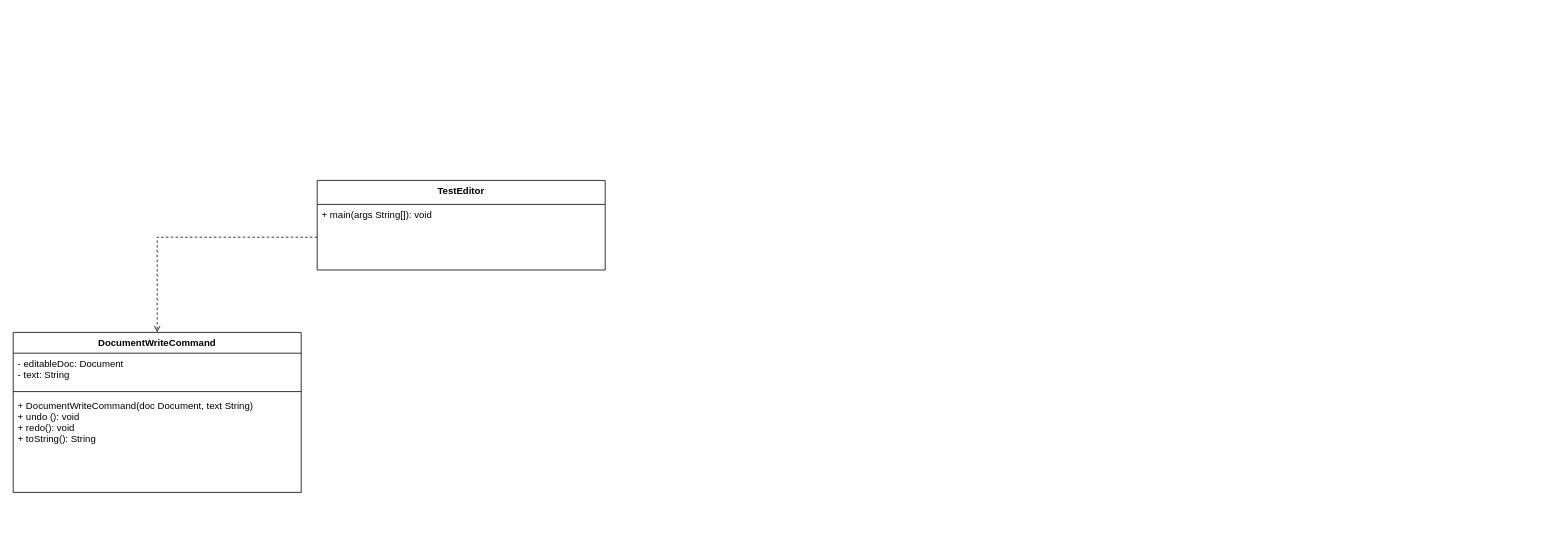
The draw.io diagram Final_UML.drawio in Dragonwk/Team-3-UML-Project, before the edit. Source tidied: cells renumbered, new cells numbered last; positions are measured from the earlier drawing's top-left corner, leaving out a move shared by most shapes. Both pictures are drawn from the tidied source at 80%, with x=0, y=0 at pixel (13, 180).
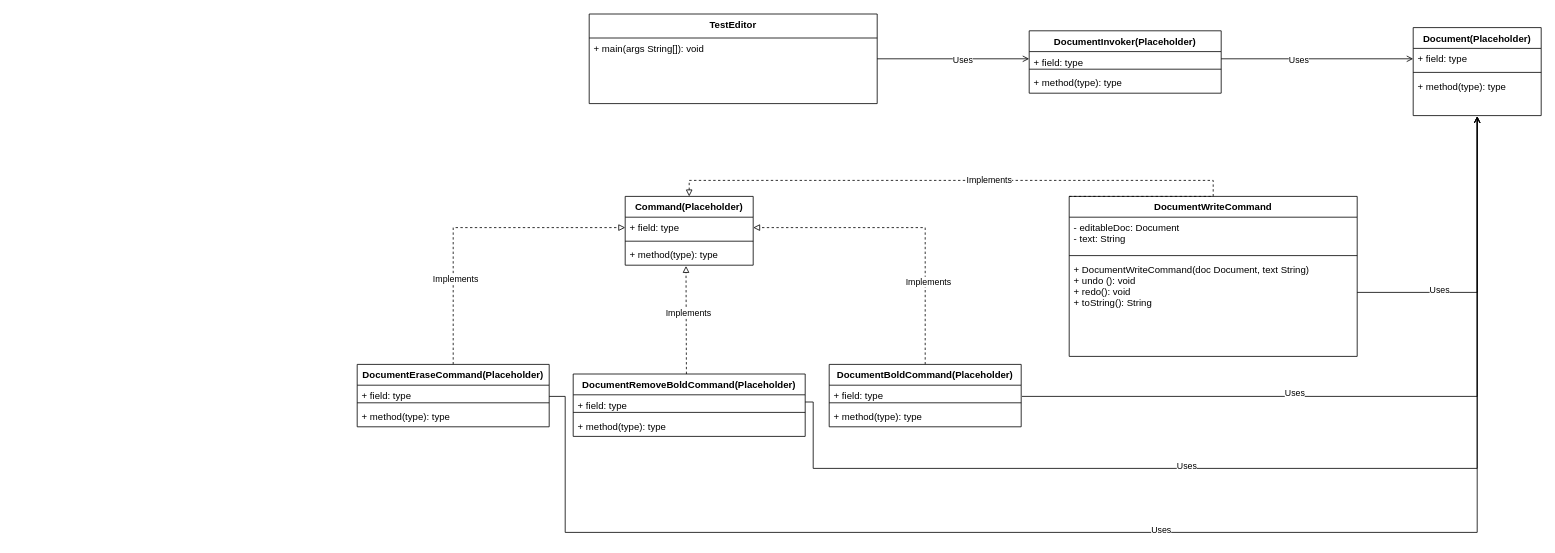
Above is the later version.

Commit message:
Updated Final_UML to include placeholder items

Unchanged cells that the change refers to:
```xml
<mxCell id="5" value="+ DocumentWriteCommand(doc Document, text String)&#10;+ undo (): void&#10;+ redo(): void&#10;+ toString(): String" style="text;strokeColor=none;fillColor=none;align=left;verticalAlign=top;spacingLeft=4;spacingRight=4;overflow=hidden;points=[[0,0.5],[1,0.5]];portConstraint=eastwest;" parent="2" vertex="1">
  <mxGeometry y="78" width="360" height="122" as="geometry" />
</mxCell>
<mxCell id="7" value="+ main(args String[]): void" style="text;strokeColor=none;fillColor=none;align=left;verticalAlign=top;spacingLeft=4;spacingRight=4;overflow=hidden;points=[[0,0.5],[1,0.5]];portConstraint=eastwest;" parent="6" vertex="1">
  <mxGeometry y="30" width="360" height="82" as="geometry" />
</mxCell>
```

Diff of the diagram source:
```diff
@@
     <mxCell id="2" value="DocumentWriteCommand" style="swimlane;fontStyle=1;align=center;verticalAlign=top;horizontal=1;startSize=26;" parent="1" vertex="1">
-      <mxGeometry y="190" width="360" height="200" as="geometry" />
+      <mxGeometry x="1320" y="20" width="360" height="200" as="geometry" />
     </mxCell>
@@
+    <mxCell id="9" style="edgeStyle=orthogonalEdgeStyle;rounded=0;jettySize=auto;html=1;entryX=0;entryY=0.5;entryDx=0;entryDy=0;endArrow=open;endFill=0;" parent="1" edge="1" source="6" target="38">
+      <mxGeometry relative="1" as="geometry" />
+    </mxCell>
+    <mxCell id="10" value="Uses" style="edgeLabel;html=1;align=center;verticalAlign=middle;" parent="9" vertex="1">
+      <mxGeometry x="0.12" y="-1" relative="1" as="geometry" />
+    </mxCell>
     <mxCell id="6" value="TestEditor" style="swimlane;fontStyle=1;align=center;verticalAlign=top;horizontal=1;startSize=30;" parent="1" vertex="1">
-      <mxGeometry x="380" width="360" height="112" as="geometry" />
+      <mxGeometry x="720" y="-208" width="360" height="112" as="geometry" />
     </mxCell>
@@
-    <mxCell id="8" style="edgeStyle=orthogonalEdgeStyle;rounded=0;jettySize=auto;html=1;entryX=0.5;entryY=0;entryDx=0;entryDy=0;dashed=1;endArrow=open;endFill=0;" parent="1" edge="1" source="7" target="2">
-      <mxGeometry relative="1" as="geometry" />
-    </mxCell>
+    <mxCell id="11" value="Command(Placeholder)" style="swimlane;fontStyle=1;align=center;verticalAlign=top;horizontal=1;startSize=26;" parent="1" vertex="1">
+      <mxGeometry x="765" y="20" width="160" height="86" as="geometry" />
+    </mxCell>
+    <mxCell id="12" value="+ field: type" style="text;strokeColor=none;fillColor=none;align=left;verticalAlign=top;spacingLeft=4;spacingRight=4;overflow=hidden;points=[[0,0.5],[1,0.5]];portConstraint=eastwest;" parent="11" vertex="1">
+      <mxGeometry y="26" width="160" height="26" as="geometry" />
+    </mxCell>
+    <mxCell id="13" style="line;strokeWidth=1;fillColor=none;align=left;verticalAlign=middle;spacingTop=-1;spacingLeft=3;spacingRight=3;labelPosition=right;" parent="11" vertex="1">
+      <mxGeometry y="52" width="160" height="8" as="geometry" />
+    </mxCell>
+    <mxCell id="14" value="+ method(type): type" style="text;strokeColor=none;fillColor=none;align=left;verticalAlign=top;spacingLeft=4;spacingRight=4;overflow=hidden;points=[[0,0.5],[1,0.5]];portConstraint=eastwest;" parent="11" vertex="1">
+      <mxGeometry y="60" width="160" height="26" as="geometry" />
+    </mxCell>
+    <mxCell id="15" value="Document(Placeholder)" style="swimlane;fontStyle=1;align=center;verticalAlign=top;horizontal=1;startSize=26;" parent="1" vertex="1">
+      <mxGeometry x="1750" y="-191" width="160" height="110" as="geometry" />
+    </mxCell>
+    <mxCell id="16" value="+ field: type" style="text;strokeColor=none;fillColor=none;align=left;verticalAlign=top;spacingLeft=4;spacingRight=4;overflow=hidden;points=[[0,0.5],[1,0.5]];portConstraint=eastwest;" parent="15" vertex="1">
+      <mxGeometry y="26" width="160" height="26" as="geometry" />
+    </mxCell>
+    <mxCell id="17" style="line;strokeWidth=1;fillColor=none;align=left;verticalAlign=middle;spacingTop=-1;spacingLeft=3;spacingRight=3;labelPosition=right;" parent="15" vertex="1">
+      <mxGeometry y="52" width="160" height="8" as="geometry" />
+    </mxCell>
+    <mxCell id="18" value="+ method(type): type" style="text;strokeColor=none;fillColor=none;align=left;verticalAlign=top;spacingLeft=4;spacingRight=4;overflow=hidden;points=[[0,0.5],[1,0.5]];portConstraint=eastwest;" parent="15" vertex="1">
+      <mxGeometry y="60" width="160" height="50" as="geometry" />
+    </mxCell>
+    <mxCell id="19" style="edgeStyle=orthogonalEdgeStyle;rounded=0;jettySize=auto;html=1;entryX=1;entryY=0.5;entryDx=0;entryDy=0;dashed=1;endArrow=block;endFill=0;" parent="1" edge="1" source="21" target="12">
+      <mxGeometry relative="1" as="geometry" />
+    </mxCell>
+    <mxCell id="20" value="Implements" style="edgeLabel;html=1;align=center;verticalAlign=middle;" parent="19" vertex="1">
+      <mxGeometry x="-0.46" y="-3" relative="1" as="geometry" />
+    </mxCell>
+    <mxCell id="21" value="DocumentBoldCommand(Placeholder)" style="swimlane;fontStyle=1;align=center;verticalAlign=top;horizontal=1;startSize=26;" parent="1" vertex="1">
+      <mxGeometry x="1020" y="230" width="240" height="78" as="geometry" />
+    </mxCell>
+    <mxCell id="22" value="+ field: type" style="text;strokeColor=none;fillColor=none;align=left;verticalAlign=top;spacingLeft=4;spacingRight=4;overflow=hidden;" parent="21" vertex="1">
+      <mxGeometry y="26" width="240" height="18" as="geometry" />
+    </mxCell>
+    <mxCell id="23" style="line;strokeWidth=1;fillColor=none;align=left;verticalAlign=middle;spacingTop=-1;spacingLeft=3;spacingRight=3;labelPosition=right;" parent="21" vertex="1">
+      <mxGeometry y="44" width="240" height="8" as="geometry" />
+    </mxCell>
+    <mxCell id="24" value="+ method(type): type" style="text;strokeColor=none;fillColor=none;align=left;verticalAlign=top;spacingLeft=4;spacingRight=4;overflow=hidden;" parent="21" vertex="1">
+      <mxGeometry y="52" width="240" height="26" as="geometry" />
+    </mxCell>
+    <mxCell id="25" style="edgeStyle=orthogonalEdgeStyle;rounded=0;jettySize=auto;html=1;entryX=0;entryY=0.5;entryDx=0;entryDy=0;dashed=1;endArrow=block;endFill=0;" parent="1" edge="1" source="27" target="12">
+      <mxGeometry relative="1" as="geometry" />
+    </mxCell>
+    <mxCell id="26" value="Implements" style="edgeLabel;html=1;align=center;verticalAlign=middle;" parent="25" vertex="1">
+      <mxGeometry x="-0.44" y="-2" relative="1" as="geometry" />
+    </mxCell>
+    <mxCell id="27" value="DocumentEraseCommand(Placeholder)" style="swimlane;fontStyle=1;align=center;verticalAlign=top;horizontal=1;startSize=26;" parent="1" vertex="1">
+      <mxGeometry x="430" y="230" width="240" height="78" as="geometry" />
+    </mxCell>
+    <mxCell id="28" value="+ field: type" style="text;strokeColor=none;fillColor=none;align=left;verticalAlign=top;spacingLeft=4;spacingRight=4;overflow=hidden;" parent="27" vertex="1">
+      <mxGeometry y="26" width="240" height="18" as="geometry" />
+    </mxCell>
+    <mxCell id="29" style="line;strokeWidth=1;fillColor=none;align=left;verticalAlign=middle;spacingTop=-1;spacingLeft=3;spacingRight=3;labelPosition=right;" parent="27" vertex="1">
+      <mxGeometry y="44" width="240" height="8" as="geometry" />
+    </mxCell>
+    <mxCell id="30" value="+ method(type): type" style="text;strokeColor=none;fillColor=none;align=left;verticalAlign=top;spacingLeft=4;spacingRight=4;overflow=hidden;" parent="27" vertex="1">
+      <mxGeometry y="52" width="240" height="26" as="geometry" />
+    </mxCell>
+    <mxCell id="31" style="edgeStyle=orthogonalEdgeStyle;rounded=0;jettySize=auto;html=1;exitX=0.488;exitY=0.001;exitDx=0;exitDy=0;entryX=0.475;entryY=1.038;entryDx=0;entryDy=0;entryPerimeter=0;exitPerimeter=0;dashed=1;endArrow=block;endFill=0;" parent="1" edge="1" source="33" target="14">
+      <mxGeometry relative="1" as="geometry">
+        <Array as="points">
+          <mxPoint x="841" y="242" />
+        </Array>
+      </mxGeometry>
+    </mxCell>
+    <mxCell id="32" value="Implements" style="edgeLabel;html=1;align=center;verticalAlign=middle;" parent="31" vertex="1">
+      <mxGeometry x="0.14" y="-2" relative="1" as="geometry" />
+    </mxCell>
+    <mxCell id="33" value="DocumentRemoveBoldCommand(Placeholder)" style="swimlane;fontStyle=1;align=center;verticalAlign=top;horizontal=1;startSize=26;" parent="1" vertex="1">
+      <mxGeometry x="700" y="242" width="290" height="78" as="geometry" />
+    </mxCell>
+    <mxCell id="34" value="+ field: type" style="text;strokeColor=none;fillColor=none;align=left;verticalAlign=top;spacingLeft=4;spacingRight=4;overflow=hidden;points=[[0,0.5],[1,0.5]];portConstraint=eastwest;" parent="33" vertex="1">
+      <mxGeometry y="26" width="290" height="18" as="geometry" />
+    </mxCell>
+    <mxCell id="35" style="line;strokeWidth=1;fillColor=none;align=left;verticalAlign=middle;spacingTop=-1;spacingLeft=3;spacingRight=3;labelPosition=right;" parent="33" vertex="1">
+      <mxGeometry y="44" width="290" height="8" as="geometry" />
+    </mxCell>
+    <mxCell id="36" value="+ method(type): type" style="text;strokeColor=none;fillColor=none;align=left;verticalAlign=top;spacingLeft=4;spacingRight=4;overflow=hidden;" parent="33" vertex="1">
+      <mxGeometry y="52" width="290" height="26" as="geometry" />
+    </mxCell>
+    <mxCell id="37" value="DocumentInvoker(Placeholder)" style="swimlane;fontStyle=1;align=center;verticalAlign=top;horizontal=1;startSize=26;" parent="1" vertex="1">
+      <mxGeometry x="1270" y="-187" width="240" height="78" as="geometry" />
+    </mxCell>
+    <mxCell id="38" value="+ field: type" style="text;strokeColor=none;fillColor=none;align=left;verticalAlign=top;spacingLeft=4;spacingRight=4;overflow=hidden;points=[[0,0.5],[1,0.5]];portConstraint=eastwest;" parent="37" vertex="1">
+      <mxGeometry y="26" width="240" height="18" as="geometry" />
+    </mxCell>
+    <mxCell id="39" style="line;strokeWidth=1;fillColor=none;align=left;verticalAlign=middle;spacingTop=-1;spacingLeft=3;spacingRight=3;labelPosition=right;" parent="37" vertex="1">
+      <mxGeometry y="44" width="240" height="8" as="geometry" />
+    </mxCell>
+    <mxCell id="40" value="+ method(type): type" style="text;strokeColor=none;fillColor=none;align=left;verticalAlign=top;spacingLeft=4;spacingRight=4;overflow=hidden;" parent="37" vertex="1">
+      <mxGeometry y="52" width="240" height="26" as="geometry" />
+    </mxCell>
+    <mxCell id="41" style="edgeStyle=orthogonalEdgeStyle;rounded=0;jettySize=auto;html=1;exitX=0;exitY=0;exitDx=0;exitDy=0;entryX=0.5;entryY=0;entryDx=0;entryDy=0;dashed=1;endArrow=block;endFill=0;" parent="1" edge="1" source="2" target="11">
+      <mxGeometry relative="1" as="geometry">
+        <Array as="points">
+          <mxPoint x="1500" y="20" />
+          <mxPoint x="1500" />
+          <mxPoint x="845" />
+        </Array>
+      </mxGeometry>
+    </mxCell>
+    <mxCell id="42" value="Implements" style="edgeLabel;html=1;align=center;verticalAlign=middle;" parent="41" vertex="1">
+      <mxGeometry x="0.1" y="-1" relative="1" as="geometry" />
+    </mxCell>
+    <mxCell id="43" style="edgeStyle=orthogonalEdgeStyle;rounded=0;jettySize=auto;html=1;entryX=0;entryY=0.5;entryDx=0;entryDy=0;endArrow=open;endFill=0;" parent="1" edge="1" source="38" target="16">
+      <mxGeometry relative="1" as="geometry" />
+    </mxCell>
+    <mxCell id="44" value="Uses" style="edgeLabel;html=1;align=center;verticalAlign=middle;" parent="43" vertex="1">
+      <mxGeometry x="-0.2" y="-1" relative="1" as="geometry" />
+    </mxCell>
+    <mxCell id="45" style="edgeStyle=orthogonalEdgeStyle;rounded=0;jettySize=auto;html=1;entryX=0.5;entryY=1.02;entryDx=0;entryDy=0;entryPerimeter=0;endArrow=open;endFill=0;" parent="1" edge="1" source="5" target="18">
+      <mxGeometry relative="1" as="geometry">
+        <Array as="points">
+          <mxPoint x="1830" y="140" />
+        </Array>
+      </mxGeometry>
+    </mxCell>
+    <mxCell id="46" value="Uses" style="edgeLabel;html=1;align=center;verticalAlign=middle;" parent="45" vertex="1">
+      <mxGeometry x="-0.45" y="4" relative="1" as="geometry" />
+    </mxCell>
+    <mxCell id="47" style="edgeStyle=orthogonalEdgeStyle;rounded=0;orthogonalLoop=1;jettySize=auto;html=1;endArrow=open;endFill=0;" parent="1" edge="1">
+      <mxGeometry relative="1" as="geometry">
+        <mxPoint x="1261" y="270" as="sourcePoint" />
+        <mxPoint x="1830" y="-80" as="targetPoint" />
+        <Array as="points">
+          <mxPoint x="1261" y="270" />
+          <mxPoint x="1830" y="270" />
+        </Array>
+      </mxGeometry>
+    </mxCell>
+    <mxCell id="48" value="Uses" style="edgeLabel;html=1;align=center;verticalAlign=middle;" parent="47" vertex="1">
+      <mxGeometry x="-0.26" y="5" relative="1" as="geometry" />
+    </mxCell>
+    <mxCell id="49" style="edgeStyle=orthogonalEdgeStyle;rounded=0;jettySize=auto;html=1;exitX=1;exitY=0.5;exitDx=0;exitDy=0;endArrow=open;endFill=0;" parent="1" edge="1" source="34">
+      <mxGeometry relative="1" as="geometry">
+        <mxPoint x="1830" y="-80" as="targetPoint" />
+        <Array as="points">
+          <mxPoint x="1000" y="277" />
+          <mxPoint x="1000" y="360" />
+          <mxPoint x="1830" y="360" />
+        </Array>
+      </mxGeometry>
+    </mxCell>
+    <mxCell id="50" value="Uses" style="edgeLabel;html=1;align=center;verticalAlign=middle;" parent="49" vertex="1">
+      <mxGeometry x="-0.18" y="4" relative="1" as="geometry" />
+    </mxCell>
+    <mxCell id="51" style="edgeStyle=orthogonalEdgeStyle;rounded=0;orthogonalLoop=1;jettySize=auto;html=1;endArrow=open;endFill=0;" parent="1" edge="1">
+      <mxGeometry relative="1" as="geometry">
+        <mxPoint x="670" y="270" as="sourcePoint" />
+        <mxPoint x="1830" y="-80" as="targetPoint" />
+        <Array as="points">
+          <mxPoint x="670" y="270" />
+          <mxPoint x="690" y="270" />
+          <mxPoint x="690" y="440" />
+          <mxPoint x="1830" y="440" />
+        </Array>
+      </mxGeometry>
+    </mxCell>
+    <mxCell id="52" value="Uses" style="edgeLabel;html=1;align=center;verticalAlign=middle;" parent="51" vertex="1">
+      <mxGeometry x="0.01" y="4" relative="1" as="geometry" />
+    </mxCell>
```
